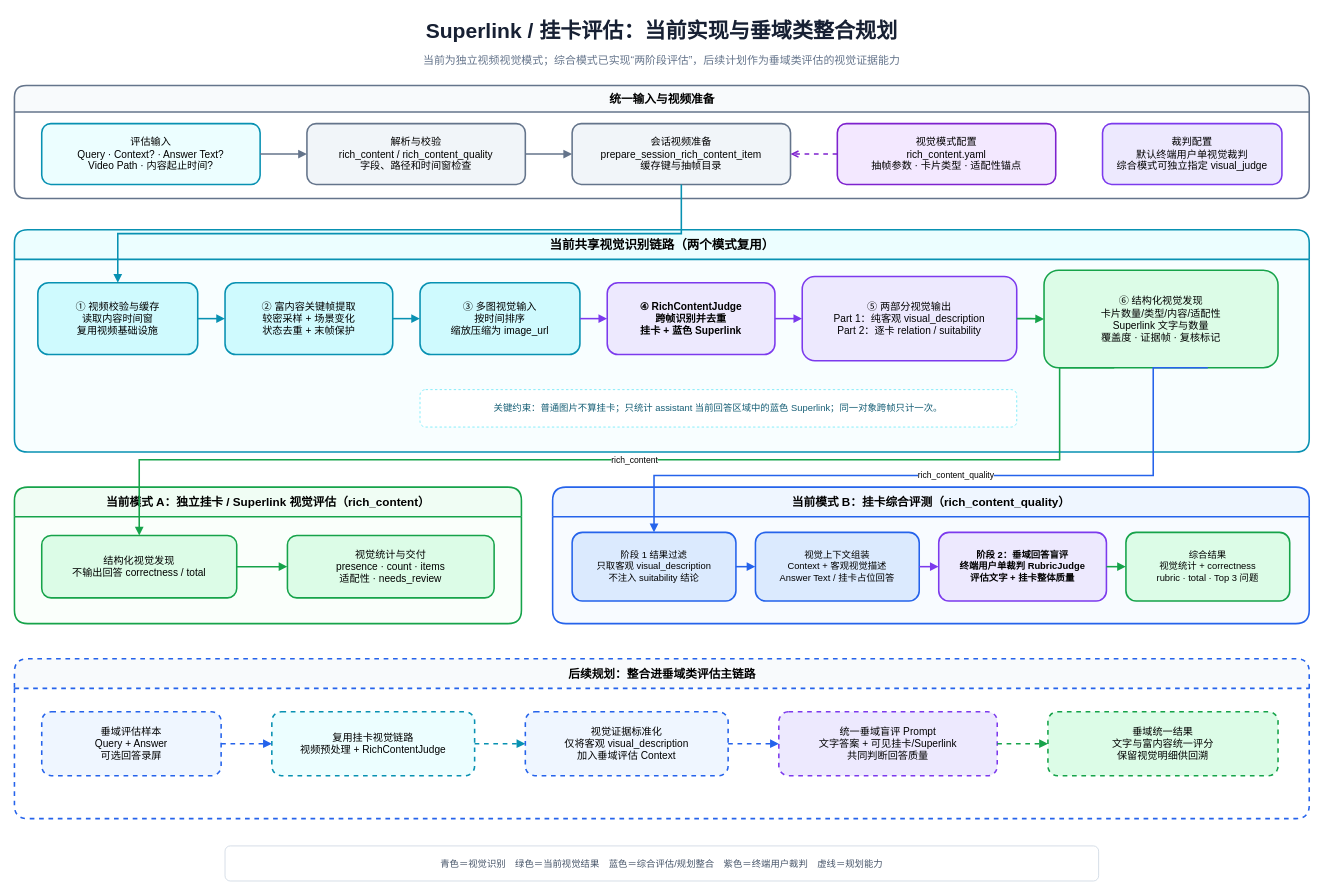
The draw.io diagram page "垂域视觉评测实现" (2 of 2) of docs/多场景智能体自动化评估系统设计图.drawio in ShadowChris/auto_eval_agent, before the edit. Source tidied: cells renumbered, new cells numbered last; positions are measured from the earlier drawing's top-left corner, leaving out a move shared by most shapes. Both pictures are drawn from the tidied source at 78%, with x=0, y=0 at pixel (14, 13).
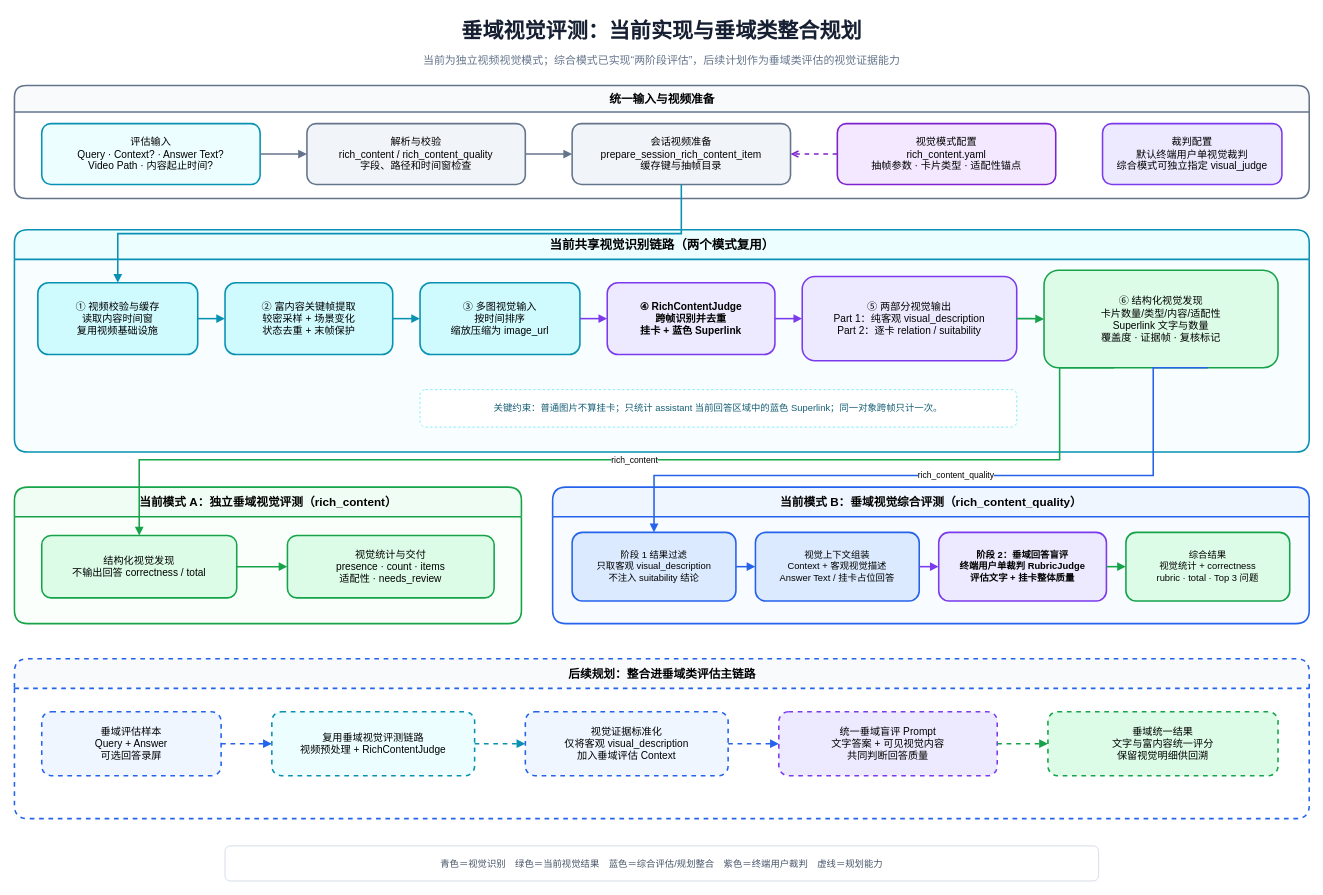
The same diagram, later.

Unchanged cells that the change refers to:
```xml
<mxCell id="26" value="后续规划：整合进垂域类评估主链路" style="swimlane;html=1;rounded=1;startSize=38;horizontal=1;fillColor=#F8FAFC;strokeColor=#2563EB;strokeWidth=2;dashed=1;fontStyle=1;fontSize=15;swimlaneFillColor=#FFFFFF;" parent="1" vertex="1">
  <mxGeometry y="827" width="1660" height="205" as="geometry" />
</mxCell>
```

The edit, as a diff of the source:
```diff
@@
-    <mxCell id="2" value="Superlink / 挂卡评估：当前实现与垂域类整合规划" style="text;html=1;strokeColor=none;fillColor=none;align=center;verticalAlign=middle;whiteSpace=wrap;fontSize=27;fontStyle=1;fontColor=#172033;" parent="1" vertex="1">
+    <mxCell id="2" value="垂域视觉评测：当前实现与垂域类整合规划" style="text;html=1;strokeColor=none;fillColor=none;align=center;verticalAlign=middle;whiteSpace=wrap;fontSize=27;fontStyle=1;fontColor=#172033;" parent="1" vertex="1">
       <mxGeometry x="230" width="1200" height="46" as="geometry" />
     </mxCell>
@@
-    <mxCell id="18" value="当前模式 A：独立挂卡 / Superlink 视觉评估（rich_content）" style="swimlane;html=1;rounded=1;startSize=38;horizontal=1;fillColor=#F0FDF4;strokeColor=#16A34A;strokeWidth=2;fontStyle=1;fontSize=15;swimlaneFillColor=#FAFFFB;" parent="1" vertex="1">
+    <mxCell id="18" value="当前模式 A：独立垂域视觉评测（rich_content）" style="swimlane;html=1;rounded=1;startSize=38;horizontal=1;fillColor=#F0FDF4;strokeColor=#16A34A;strokeWidth=2;fontStyle=1;fontSize=15;swimlaneFillColor=#FAFFFB;" parent="1" vertex="1">
       <mxGeometry y="607" width="650" height="175" as="geometry" />
     </mxCell>
@@
-    <mxCell id="21" value="当前模式 B：挂卡综合评测（rich_content_quality）" style="swimlane;html=1;rounded=1;startSize=38;horizontal=1;fillColor=#EFF6FF;strokeColor=#2563EB;strokeWidth=2;fontStyle=1;fontSize=15;swimlaneFillColor=#F8FBFF;" parent="1" vertex="1">
+    <mxCell id="21" value="当前模式 B：垂域视觉综合评测（rich_content_quality）" style="swimlane;html=1;rounded=1;startSize=38;horizontal=1;fillColor=#EFF6FF;strokeColor=#2563EB;strokeWidth=2;fontStyle=1;fontSize=15;swimlaneFillColor=#F8FBFF;" parent="1" vertex="1">
       <mxGeometry x="690" y="607" width="970" height="175" as="geometry" />
     </mxCell>
@@
-    <mxCell id="28" value="复用挂卡视觉链路&lt;br&gt;视频预处理 + RichContentJudge" style="rounded=1;whiteSpace=wrap;html=1;fillColor=#ECFEFF;strokeColor=#0891B2;strokeWidth=2;dashed=1;fontSize=13;" parent="26" vertex="1">
+    <mxCell id="28" value="复用垂域视觉评测链路&lt;br&gt;视频预处理 + RichContentJudge" style="rounded=1;whiteSpace=wrap;html=1;fillColor=#ECFEFF;strokeColor=#0891B2;strokeWidth=2;dashed=1;fontSize=13;" parent="26" vertex="1">
       <mxGeometry x="330" y="68" width="260" height="82" as="geometry" />
     </mxCell>
@@
-    <mxCell id="30" value="统一垂域盲评 Prompt&lt;br&gt;文字答案 + 可见挂卡/Superlink&lt;br&gt;共同判断回答质量" style="rounded=1;whiteSpace=wrap;html=1;fillColor=#EDE9FE;strokeColor=#7C3AED;strokeWidth=2;dashed=1;fontSize=13;" parent="26" vertex="1">
+    <mxCell id="30" value="统一垂域盲评 Prompt&lt;br&gt;文字答案 + 可见视觉内容&lt;br&gt;共同判断回答质量" style="rounded=1;whiteSpace=wrap;html=1;fillColor=#EDE9FE;strokeColor=#7C3AED;strokeWidth=2;dashed=1;fontSize=13;" parent="26" vertex="1">
       <mxGeometry x="980" y="68" width="280" height="82" as="geometry" />
     </mxCell>
```
